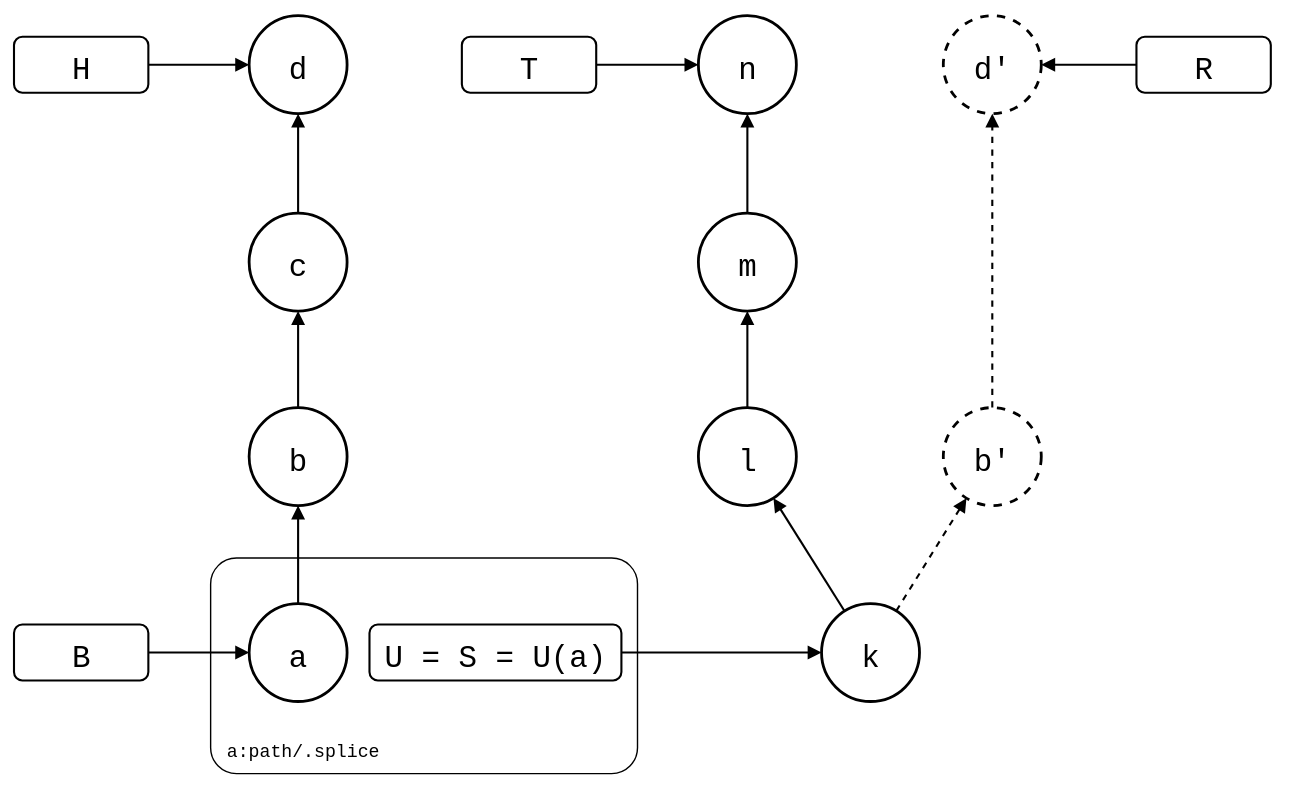
roschaefer/git-splice keeps this draw.io diagram as test/scenarios/sync-model/before-pull.drawio.svg. Above is the earlier version. Source tidied: cells renumbered, new cells last; positions are measured from the earlier drawing's top-left corner, leaving out a move shared by most shapes. Its diagram source:
```xml
<mxGraphModel background="#ffffff">
  <root>
    <mxCell id="0" />
    <mxCell id="1" parent="0" />
    <mxCell id="2" value="a:path/.splice" style="rounded=1;arcSize=12;fillColor=none;strokeWidth=1;fontSize=13;verticalAlign=bottom;spacingBottom=6;spacingLeft=10;spacingRight=10;fontFamily=Roboto Mono,monospace;align=left;" parent="1" vertex="1">
      <mxGeometry x="140" y="387" width="305" height="154" as="geometry" />
    </mxCell>
    <mxCell id="3" value="a" style="ellipse;strokeWidth=2;fontSize=22;fontFamily=Roboto Mono,monospace;" parent="1" vertex="1">
      <mxGeometry x="168" y="420" width="70" height="70" as="geometry" />
    </mxCell>
    <mxCell id="4" value="b" style="ellipse;strokeWidth=2;fontSize=22;fontFamily=Roboto Mono,monospace;" parent="1" vertex="1">
      <mxGeometry x="168" y="280" width="70" height="70" as="geometry" />
    </mxCell>
    <mxCell id="5" value="c" style="ellipse;strokeWidth=2;fontSize=22;fontFamily=Roboto Mono,monospace;" parent="1" vertex="1">
      <mxGeometry x="168" y="141" width="70" height="70" as="geometry" />
    </mxCell>
    <mxCell id="6" value="d" style="ellipse;strokeWidth=2;fontSize=22;fontFamily=Roboto Mono,monospace;" parent="1" vertex="1">
      <mxGeometry x="168" width="70" height="70" as="geometry" />
    </mxCell>
    <mxCell id="7" value="k" style="ellipse;strokeWidth=2;fontSize=22;fontFamily=Roboto Mono,monospace;" parent="1" vertex="1">
      <mxGeometry x="577" y="420" width="70" height="70" as="geometry" />
    </mxCell>
    <mxCell id="8" value="l" style="ellipse;strokeWidth=2;fontSize=22;fontFamily=Roboto Mono,monospace;" parent="1" vertex="1">
      <mxGeometry x="489" y="280" width="70" height="70" as="geometry" />
    </mxCell>
    <mxCell id="9" value="m" style="ellipse;strokeWidth=2;fontSize=22;fontFamily=Roboto Mono,monospace;" parent="1" vertex="1">
      <mxGeometry x="489" y="141" width="70" height="70" as="geometry" />
    </mxCell>
    <mxCell id="10" value="n" style="ellipse;strokeWidth=2;fontSize=22;fontFamily=Roboto Mono,monospace;" parent="1" vertex="1">
      <mxGeometry x="489" width="70" height="70" as="geometry" />
    </mxCell>
    <mxCell id="11" value="b'" style="ellipse;strokeWidth=2;fontSize=22;fontFamily=Roboto Mono,monospace;dashed=1;" parent="1" vertex="1">
      <mxGeometry x="664" y="280" width="70" height="70" as="geometry" />
    </mxCell>
    <mxCell id="12" value="d'" style="ellipse;strokeWidth=2;fontSize=22;fontFamily=Roboto Mono,monospace;dashed=1;" parent="1" vertex="1">
      <mxGeometry x="664" width="70" height="70" as="geometry" />
    </mxCell>
    <mxCell id="13" value="H" style="rounded=1;strokeWidth=1.5;fontSize=22;fontFamily=Roboto Mono,monospace;" parent="1" vertex="1">
      <mxGeometry y="15" width="96" height="40" as="geometry" />
    </mxCell>
    <mxCell id="14" value="B" style="rounded=1;strokeWidth=1.5;fontSize=22;fontFamily=Roboto Mono,monospace;" parent="1" vertex="1">
      <mxGeometry y="435" width="96" height="40" as="geometry" />
    </mxCell>
    <mxCell id="15" value="U = S = U(a)" style="rounded=1;strokeWidth=1.5;fontSize=22;fontFamily=Roboto Mono,monospace;" parent="1" vertex="1">
      <mxGeometry x="254" y="435" width="180" height="40" as="geometry" />
    </mxCell>
    <mxCell id="16" value="T" style="rounded=1;strokeWidth=1.5;fontSize=22;fontFamily=Roboto Mono,monospace;" parent="1" vertex="1">
      <mxGeometry x="320" y="15" width="96" height="40" as="geometry" />
    </mxCell>
    <mxCell id="17" value="R" style="rounded=1;strokeWidth=1.5;fontSize=22;fontFamily=Roboto Mono,monospace;" parent="1" vertex="1">
      <mxGeometry x="802" y="15" width="96" height="40" as="geometry" />
    </mxCell>
    <mxCell id="18" style="endArrow=block;endFill=1;html=1;strokeWidth=1.5;rounded=0;" parent="1" edge="1" source="13" target="6">
      <mxGeometry relative="1" as="geometry" />
    </mxCell>
    <mxCell id="19" style="endArrow=block;endFill=1;html=1;strokeWidth=1.5;rounded=0;" parent="1" edge="1" source="5" target="6">
      <mxGeometry relative="1" as="geometry" />
    </mxCell>
    <mxCell id="20" style="endArrow=block;endFill=1;html=1;strokeWidth=1.5;rounded=0;" parent="1" edge="1" source="4" target="5">
      <mxGeometry relative="1" as="geometry" />
    </mxCell>
    <mxCell id="21" style="endArrow=block;endFill=1;html=1;strokeWidth=1.5;rounded=0;" parent="1" edge="1" source="3" target="4">
      <mxGeometry relative="1" as="geometry" />
    </mxCell>
    <mxCell id="22" style="endArrow=block;endFill=1;html=1;strokeWidth=1.5;rounded=0;" parent="1" edge="1" source="14" target="3">
      <mxGeometry relative="1" as="geometry" />
    </mxCell>
    <mxCell id="23" style="endArrow=block;endFill=1;html=1;strokeWidth=1.5;rounded=0;" parent="1" edge="1" source="15" target="7">
      <mxGeometry relative="1" as="geometry" />
    </mxCell>
    <mxCell id="24" style="endArrow=block;endFill=1;html=1;strokeWidth=1.5;rounded=0;" parent="1" edge="1" source="16" target="10">
      <mxGeometry relative="1" as="geometry" />
    </mxCell>
    <mxCell id="25" style="endArrow=block;endFill=1;html=1;strokeWidth=1.5;rounded=0;" parent="1" edge="1" source="7" target="8">
      <mxGeometry relative="1" as="geometry" />
    </mxCell>
    <mxCell id="26" style="endArrow=block;endFill=1;html=1;strokeWidth=1.5;rounded=0;" parent="1" edge="1" source="8" target="9">
      <mxGeometry relative="1" as="geometry" />
    </mxCell>
    <mxCell id="27" style="endArrow=block;endFill=1;html=1;strokeWidth=1.5;rounded=0;" parent="1" edge="1" source="9" target="10">
      <mxGeometry relative="1" as="geometry" />
    </mxCell>
    <mxCell id="28" style="endArrow=block;endFill=1;html=1;strokeWidth=1.5;rounded=0;dashed=1;" parent="1" edge="1" source="7" target="11">
      <mxGeometry relative="1" as="geometry" />
    </mxCell>
    <mxCell id="29" style="endArrow=block;endFill=1;html=1;strokeWidth=1.5;rounded=0;dashed=1;" parent="1" edge="1" source="11" target="12">
      <mxGeometry relative="1" as="geometry" />
    </mxCell>
    <mxCell id="30" style="endArrow=block;endFill=1;html=1;strokeWidth=1.5;rounded=0;" parent="1" edge="1" source="17" target="12">
      <mxGeometry relative="1" as="geometry" />
    </mxCell>
  </root>
</mxGraphModel>
```
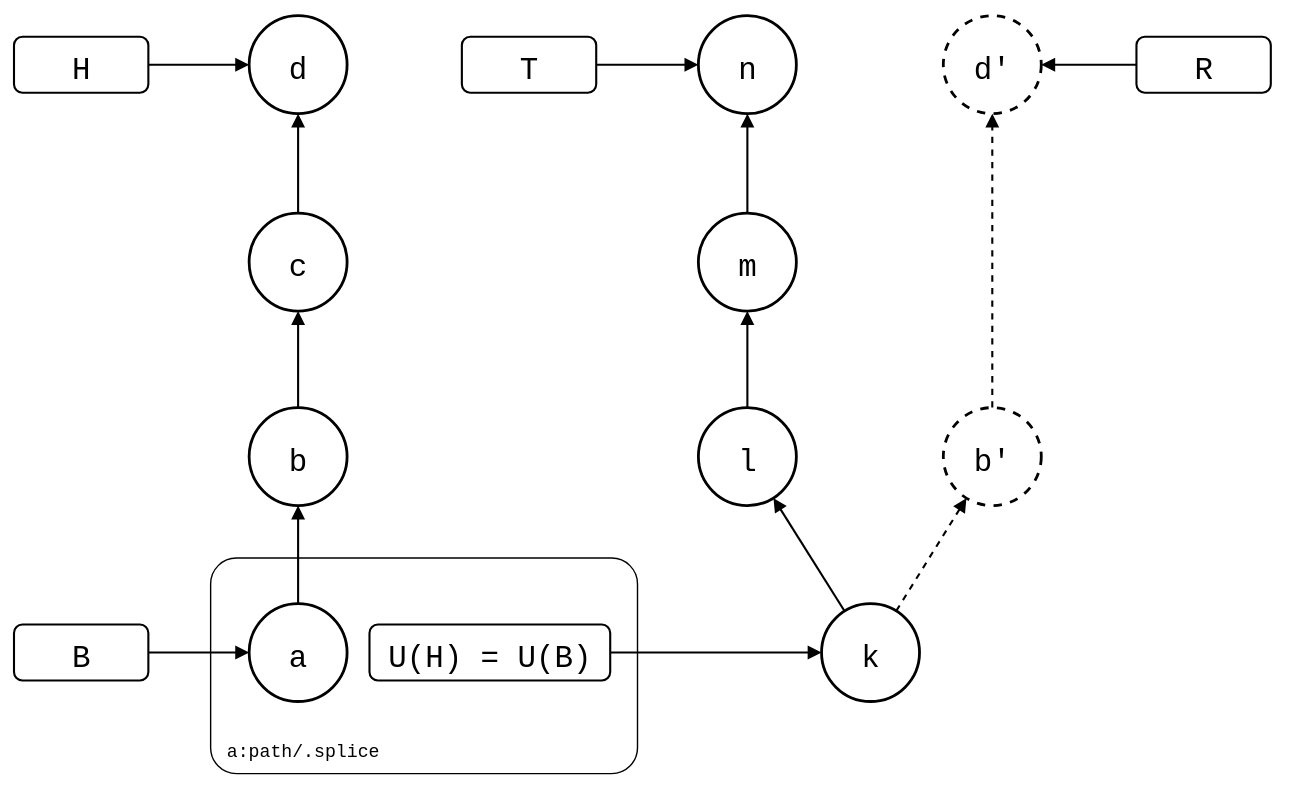
Later version of the same file.

Diff of the diagram source:
```diff
@@ -41,8 +41,8 @@
     <mxCell id="14" value="B" style="rounded=1;strokeWidth=1.5;fontSize=22;fontFamily=Roboto Mono,monospace;" parent="1" vertex="1">
       <mxGeometry y="435" width="96" height="40" as="geometry" />
     </mxCell>
-    <mxCell id="15" value="U = S = U(a)" style="rounded=1;strokeWidth=1.5;fontSize=22;fontFamily=Roboto Mono,monospace;" parent="1" vertex="1">
-      <mxGeometry x="254" y="435" width="180" height="40" as="geometry" />
+    <mxCell id="15" value="U(H) = U(B)" style="rounded=1;strokeWidth=1.5;fontSize=22;fontFamily=Roboto Mono,monospace;" parent="1" vertex="1">
+      <mxGeometry x="254" y="435" width="172" height="40" as="geometry" />
     </mxCell>
     <mxCell id="16" value="T" style="rounded=1;strokeWidth=1.5;fontSize=22;fontFamily=Roboto Mono,monospace;" parent="1" vertex="1">
       <mxGeometry x="320" y="15" width="96" height="40" as="geometry" />
```
